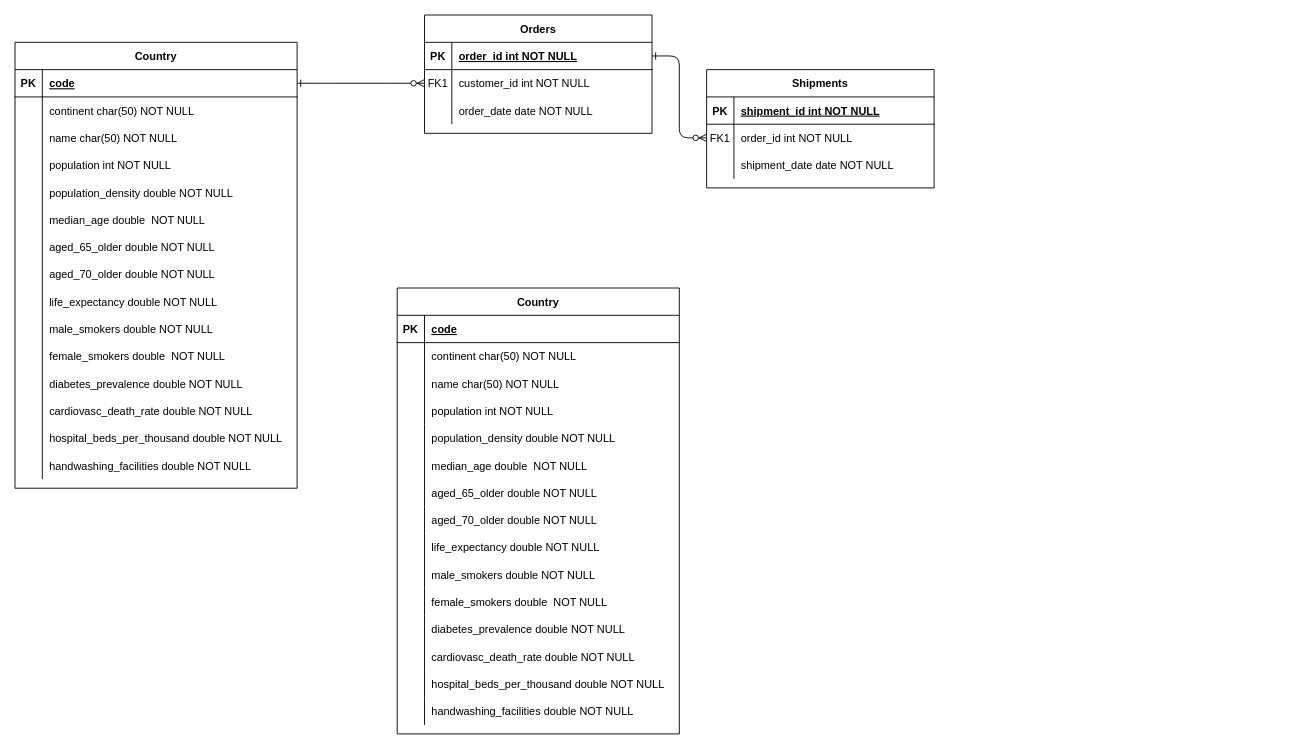
This is bda/Untitled Diagram.drawio from elhadjhamlaoui/bda, a draw.io file, before an edit. Source tidied: cells renumbered, new cells numbered last; positions are measured from the earlier drawing's top-left corner, leaving out a move shared by most shapes. Both pictures are drawn from the tidied source at 91%, with x=0, y=0 at pixel (15, 15).
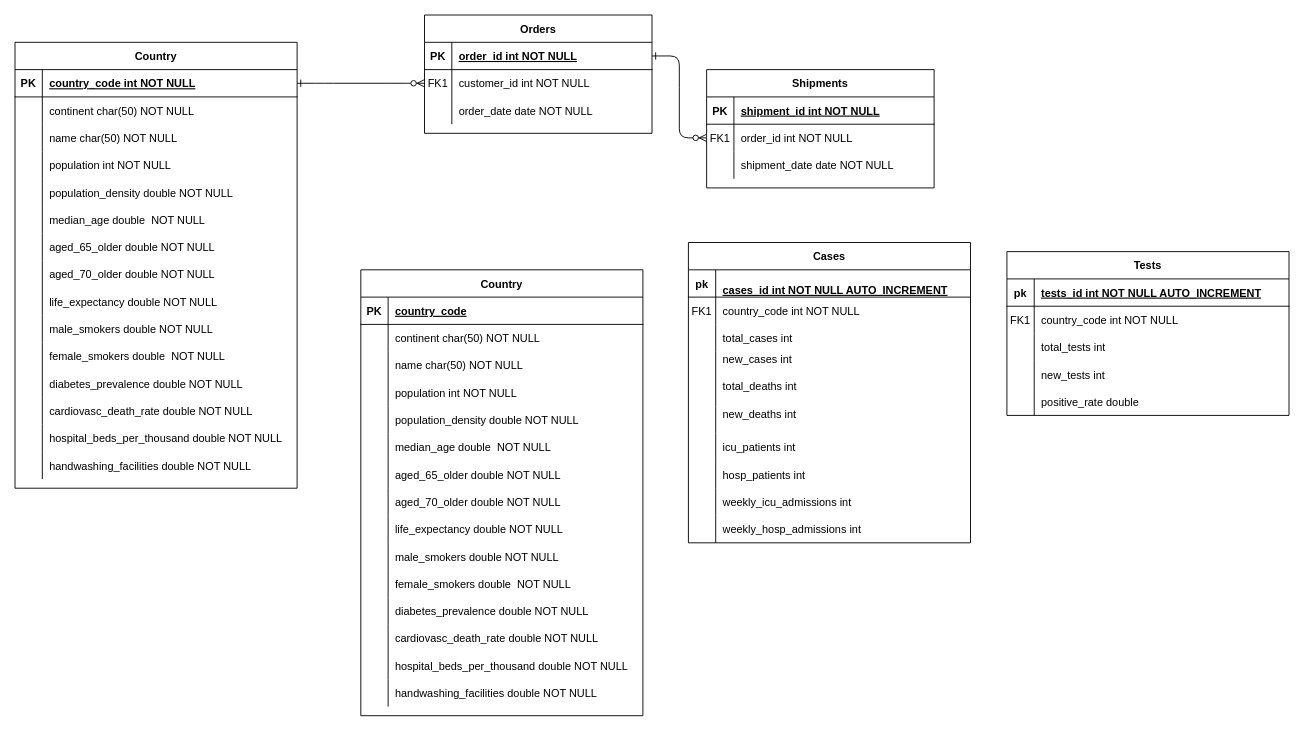
After the change.

Unchanged cells that the change refers to:
```xml
<mxCell id="25" style="shape=partialRectangle;fillColor=none;points=[[0,0.5],[1,0.5]];portConstraint=eastwest;top=0;left=0;right=0;bottom=1;" parent="24" vertex="1">
  <mxGeometry y="30" width="310" height="30" as="geometry" />
</mxCell>
<mxCell id="71" style="shape=partialRectangle;fillColor=none;top=0;left=0;right=0;bottom=1;" parent="70" vertex="1">
  <mxGeometry y="30" width="310" height="30" as="geometry" />
</mxCell>
```

Change to the diagram source:
```diff
@@
-    <mxCell id="27" value="code " style="shape=partialRectangle;overflow=hidden;fillColor=none;top=0;left=0;bottom=0;right=0;align=left;spacingLeft=6;fontStyle=5;" parent="25" vertex="1">
+    <mxCell id="27" value="country_code int NOT NULL" style="shape=partialRectangle;overflow=hidden;fillColor=none;top=0;left=0;bottom=0;right=0;align=left;spacingLeft=6;fontStyle=5;" parent="25" vertex="1">
       <mxGeometry x="30" width="280" height="30" as="geometry" />
     </mxCell>
@@
     <mxCell id="70" value="Country" style="shape=table;startSize=30;childLayout=tableLayout;rowLines=0;fontStyle=1;align=center;" parent="1" vertex="1">
-      <mxGeometry x="420" y="300" width="310" height="490" as="geometry" />
+      <mxGeometry x="380" y="280" width="310" height="490" as="geometry" />
     </mxCell>
@@
-    <mxCell id="73" value="code " style="shape=partialRectangle;overflow=hidden;fillColor=none;top=0;left=0;bottom=0;right=0;align=left;spacingLeft=6;fontStyle=5;" parent="71" vertex="1">
+    <mxCell id="73" value="country_code " style="shape=partialRectangle;overflow=hidden;fillColor=none;top=0;left=0;bottom=0;right=0;align=left;spacingLeft=6;fontStyle=5;" parent="71" vertex="1">
       <mxGeometry x="30" width="280" height="30" as="geometry" />
     </mxCell>
@@
+    <mxCell id="116" value="Cases" style="shape=table;startSize=30;childLayout=tableLayout;rowLines=0;fontStyle=1;align=center;" parent="1" vertex="1">
+      <mxGeometry x="740" y="250" width="310" height="330" as="geometry" />
+    </mxCell>
+    <mxCell id="117" style="shape=partialRectangle;fillColor=none;top=0;left=0;right=0;bottom=1;" parent="116" vertex="1">
+      <mxGeometry y="30" width="310" height="30" as="geometry" />
+    </mxCell>
+    <mxCell id="118" value="pk" style="shape=partialRectangle;overflow=hidden;fillColor=none;top=0;left=0;bottom=0;right=0;fontStyle=1;" parent="117" vertex="1">
+      <mxGeometry width="30" height="30" as="geometry" />
+    </mxCell>
+    <mxCell id="119" value="&#10;cases_id int NOT NULL AUTO_INCREMENT&#10;" style="shape=partialRectangle;overflow=hidden;fillColor=none;top=0;left=0;bottom=0;right=0;align=left;spacingLeft=6;fontStyle=5;" parent="117" vertex="1">
+      <mxGeometry x="30" width="280" height="30" as="geometry" />
+    </mxCell>
+    <mxCell id="120" style="shape=partialRectangle;fillColor=none;top=0;left=0;bottom=0;right=0;" parent="116" vertex="1">
+      <mxGeometry y="60" width="310" height="30" as="geometry" />
+    </mxCell>
+    <mxCell id="121" value="FK1" style="shape=partialRectangle;fillColor=none;top=0;left=0;bottom=0;right=0;overflow=hidden;" parent="120" vertex="1">
+      <mxGeometry width="30" height="30" as="geometry" />
+    </mxCell>
+    <mxCell id="122" value="country_code int NOT NULL" style="shape=partialRectangle;fillColor=none;top=0;left=0;bottom=0;right=0;align=left;spacingLeft=6;overflow=hidden;" parent="120" vertex="1">
+      <mxGeometry x="30" width="280" height="30" as="geometry" />
+    </mxCell>
+    <mxCell id="123" style="shape=partialRectangle;fillColor=none;top=0;left=0;right=0;bottom=0;" parent="116" vertex="1">
+      <mxGeometry y="90" width="310" height="30" as="geometry" />
+    </mxCell>
+    <mxCell id="124" style="shape=partialRectangle;overflow=hidden;fillColor=none;top=0;left=0;bottom=0;right=0;" parent="123" vertex="1">
+      <mxGeometry width="30" height="30" as="geometry" />
+    </mxCell>
+    <mxCell id="125" value="total_cases int" style="shape=partialRectangle;overflow=hidden;fillColor=none;top=0;left=0;bottom=0;right=0;align=left;spacingLeft=6;" parent="123" vertex="1">
+      <mxGeometry x="30" width="280" height="30" as="geometry" />
+    </mxCell>
+    <mxCell id="126" style="shape=partialRectangle;fillColor=none;top=0;left=0;bottom=0;right=0;" parent="116" vertex="1">
+      <mxGeometry y="120" width="310" height="30" as="geometry" />
+    </mxCell>
+    <mxCell id="127" style="shape=partialRectangle;fillColor=none;top=0;left=0;bottom=0;right=0;overflow=hidden;" parent="126" vertex="1">
+      <mxGeometry width="30" height="30" as="geometry" />
+    </mxCell>
+    <mxCell id="128" value="new_cases int&#10;" style="shape=partialRectangle;fillColor=none;top=0;left=0;bottom=0;right=0;align=left;spacingLeft=6;overflow=hidden;" parent="126" vertex="1">
+      <mxGeometry x="30" width="280" height="30" as="geometry" />
+    </mxCell>
+    <mxCell id="129" style="shape=partialRectangle;fillColor=none;top=0;left=0;bottom=0;right=0;" parent="116" vertex="1">
+      <mxGeometry y="150" width="310" height="30" as="geometry" />
+    </mxCell>
+    <mxCell id="130" style="shape=partialRectangle;fillColor=none;top=0;left=0;bottom=0;right=0;overflow=hidden;" parent="129" vertex="1">
+      <mxGeometry width="30" height="30" as="geometry" />
+    </mxCell>
+    <mxCell id="131" value="total_deaths int&#10;" style="shape=partialRectangle;fillColor=none;top=0;left=0;bottom=0;right=0;align=left;spacingLeft=6;overflow=hidden;" parent="129" vertex="1">
+      <mxGeometry x="30" width="280" height="30" as="geometry" />
+    </mxCell>
+    <mxCell id="132" style="shape=partialRectangle;fillColor=none;top=0;left=0;bottom=0;right=0;" parent="116" vertex="1">
+      <mxGeometry y="180" width="310" height="30" as="geometry" />
+    </mxCell>
+    <mxCell id="133" style="shape=partialRectangle;fillColor=none;top=0;left=0;bottom=0;right=0;overflow=hidden;" parent="132" vertex="1">
+      <mxGeometry width="30" height="30" as="geometry" />
+    </mxCell>
+    <mxCell id="134" value="new_deaths int&#10;" style="shape=partialRectangle;fillColor=none;top=0;left=0;bottom=0;right=0;align=left;spacingLeft=6;overflow=hidden;" parent="132" vertex="1">
+      <mxGeometry x="30" width="280" height="30" as="geometry" />
+    </mxCell>
+    <mxCell id="135" style="shape=partialRectangle;fillColor=none;top=0;left=0;bottom=0;right=0;" parent="116" vertex="1">
+      <mxGeometry y="210" width="310" height="30" as="geometry" />
+    </mxCell>
+    <mxCell id="136" style="shape=partialRectangle;fillColor=none;top=0;left=0;bottom=0;right=0;overflow=hidden;" parent="135" vertex="1">
+      <mxGeometry width="30" height="30" as="geometry" />
+    </mxCell>
+    <mxCell id="137" value="icu_patients int" style="shape=partialRectangle;fillColor=none;top=0;left=0;bottom=0;right=0;align=left;spacingLeft=6;overflow=hidden;" parent="135" vertex="1">
+      <mxGeometry x="30" width="280" height="30" as="geometry" />
+    </mxCell>
+    <mxCell id="138" style="shape=partialRectangle;fillColor=none;top=0;left=0;bottom=0;right=0;" parent="116" vertex="1">
+      <mxGeometry y="240" width="310" height="30" as="geometry" />
+    </mxCell>
+    <mxCell id="139" style="shape=partialRectangle;fillColor=none;top=0;left=0;bottom=0;right=0;overflow=hidden;" parent="138" vertex="1">
+      <mxGeometry width="30" height="30" as="geometry" />
+    </mxCell>
+    <mxCell id="140" value="hosp_patients int" style="shape=partialRectangle;fillColor=none;top=0;left=0;bottom=0;right=0;align=left;spacingLeft=6;overflow=hidden;" parent="138" vertex="1">
+      <mxGeometry x="30" width="280" height="30" as="geometry" />
+    </mxCell>
+    <mxCell id="141" style="shape=partialRectangle;fillColor=none;top=0;left=0;bottom=0;right=0;" parent="116" vertex="1">
+      <mxGeometry y="270" width="310" height="30" as="geometry" />
+    </mxCell>
+    <mxCell id="142" style="shape=partialRectangle;fillColor=none;top=0;left=0;bottom=0;right=0;overflow=hidden;" parent="141" vertex="1">
+      <mxGeometry width="30" height="30" as="geometry" />
+    </mxCell>
+    <mxCell id="143" value="weekly_icu_admissions int" style="shape=partialRectangle;fillColor=none;top=0;left=0;bottom=0;right=0;align=left;spacingLeft=6;overflow=hidden;" parent="141" vertex="1">
+      <mxGeometry x="30" width="280" height="30" as="geometry" />
+    </mxCell>
+    <mxCell id="144" style="shape=partialRectangle;fillColor=none;top=0;left=0;bottom=0;right=0;" parent="116" vertex="1">
+      <mxGeometry y="300" width="310" height="30" as="geometry" />
+    </mxCell>
+    <mxCell id="145" style="shape=partialRectangle;fillColor=none;top=0;left=0;bottom=0;right=0;overflow=hidden;" parent="144" vertex="1">
+      <mxGeometry width="30" height="30" as="geometry" />
+    </mxCell>
+    <mxCell id="146" value="weekly_hosp_admissions int" style="shape=partialRectangle;fillColor=none;top=0;left=0;bottom=0;right=0;align=left;spacingLeft=6;overflow=hidden;" parent="144" vertex="1">
+      <mxGeometry x="30" width="280" height="30" as="geometry" />
+    </mxCell>
+    <mxCell id="147" value="Tests" style="shape=table;startSize=30;childLayout=tableLayout;rowLines=0;fontStyle=1;align=center;" parent="1" vertex="1">
+      <mxGeometry x="1090" y="260" width="310" height="180" as="geometry" />
+    </mxCell>
+    <mxCell id="148" style="shape=partialRectangle;fillColor=none;top=0;left=0;right=0;bottom=1;" parent="147" vertex="1">
+      <mxGeometry y="30" width="310" height="30" as="geometry" />
+    </mxCell>
+    <mxCell id="149" value="pk" style="shape=partialRectangle;overflow=hidden;fillColor=none;top=0;left=0;bottom=0;right=0;fontStyle=1;" parent="148" vertex="1">
+      <mxGeometry width="30" height="30" as="geometry" />
+    </mxCell>
+    <mxCell id="150" value="tests_id int NOT NULL AUTO_INCREMENT" style="shape=partialRectangle;overflow=hidden;fillColor=none;top=0;left=0;bottom=0;right=0;align=left;spacingLeft=6;fontStyle=5;" parent="148" vertex="1">
+      <mxGeometry x="30" width="280" height="30" as="geometry" />
+    </mxCell>
+    <mxCell id="151" style="shape=partialRectangle;fillColor=none;top=0;left=0;bottom=0;right=0;" parent="147" vertex="1">
+      <mxGeometry y="60" width="310" height="30" as="geometry" />
+    </mxCell>
+    <mxCell id="152" value="FK1" style="shape=partialRectangle;fillColor=none;top=0;left=0;bottom=0;right=0;overflow=hidden;" parent="151" vertex="1">
+      <mxGeometry width="30" height="30" as="geometry" />
+    </mxCell>
+    <mxCell id="153" value="country_code int NOT NULL" style="shape=partialRectangle;fillColor=none;top=0;left=0;bottom=0;right=0;align=left;spacingLeft=6;overflow=hidden;" parent="151" vertex="1">
+      <mxGeometry x="30" width="280" height="30" as="geometry" />
+    </mxCell>
+    <mxCell id="154" style="shape=partialRectangle;fillColor=none;top=0;left=0;right=0;bottom=0;" parent="147" vertex="1">
+      <mxGeometry y="90" width="310" height="30" as="geometry" />
+    </mxCell>
+    <mxCell id="155" style="shape=partialRectangle;overflow=hidden;fillColor=none;top=0;left=0;bottom=0;right=0;" parent="154" vertex="1">
+      <mxGeometry width="30" height="30" as="geometry" />
+    </mxCell>
+    <mxCell id="156" value="total_tests int" style="shape=partialRectangle;overflow=hidden;fillColor=none;top=0;left=0;bottom=0;right=0;align=left;spacingLeft=6;" parent="154" vertex="1">
+      <mxGeometry x="30" width="280" height="30" as="geometry" />
+    </mxCell>
+    <mxCell id="157" style="shape=partialRectangle;fillColor=none;top=0;left=0;bottom=0;right=0;" parent="147" vertex="1">
+      <mxGeometry y="120" width="310" height="30" as="geometry" />
+    </mxCell>
+    <mxCell id="158" style="shape=partialRectangle;fillColor=none;top=0;left=0;bottom=0;right=0;overflow=hidden;" parent="157" vertex="1">
+      <mxGeometry width="30" height="30" as="geometry" />
+    </mxCell>
+    <mxCell id="159" value="new_tests int" style="shape=partialRectangle;fillColor=none;top=0;left=0;bottom=0;right=0;align=left;spacingLeft=6;overflow=hidden;" parent="157" vertex="1">
+      <mxGeometry x="30" width="280" height="30" as="geometry" />
+    </mxCell>
+    <mxCell id="160" style="shape=partialRectangle;fillColor=none;top=0;left=0;bottom=0;right=0;" parent="147" vertex="1">
+      <mxGeometry y="150" width="310" height="30" as="geometry" />
+    </mxCell>
+    <mxCell id="161" style="shape=partialRectangle;fillColor=none;top=0;left=0;bottom=0;right=0;overflow=hidden;" parent="160" vertex="1">
+      <mxGeometry width="30" height="30" as="geometry" />
+    </mxCell>
+    <mxCell id="162" value="positive_rate double" style="shape=partialRectangle;fillColor=none;top=0;left=0;bottom=0;right=0;align=left;spacingLeft=6;overflow=hidden;" parent="160" vertex="1">
+      <mxGeometry x="30" width="280" height="30" as="geometry" />
+    </mxCell>
```
